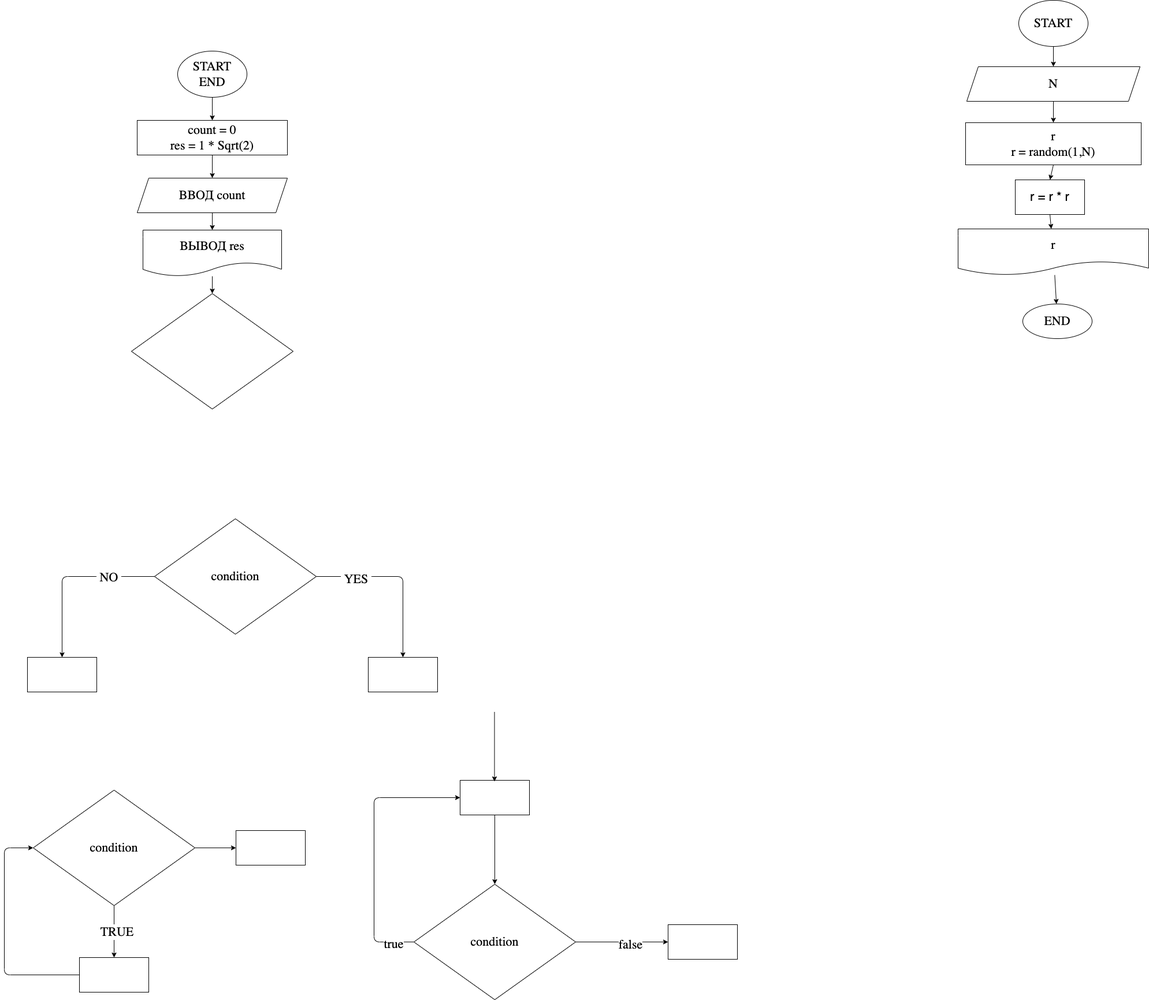
Above: ex000.drawio.png in iksergey/practice_temp (draw.io), before the change. Source tidied: cells renumbered, new cells last; positions are measured from the earlier drawing's top-left corner, leaving out a move shared by most shapes. Source of this version:
```xml
<mxGraphModel>
  <root>
    <mxCell id="0" />
    <mxCell id="1" parent="0" />
    <mxCell id="2" style="edgeStyle=none;html=1;fontFamily=Fira Code;fontSize=22;" parent="1" edge="1" source="3" target="5">
      <mxGeometry relative="1" as="geometry" />
    </mxCell>
    <mxCell id="3" value="START&lt;br&gt;END" style="ellipse;whiteSpace=wrap;html=1;fontFamily=Fira Code;fontSize=22;" parent="1" vertex="1">
      <mxGeometry x="300" y="88" width="120" height="80" as="geometry" />
    </mxCell>
    <mxCell id="4" style="edgeStyle=none;html=1;fontFamily=Fira Code;fontSize=22;" parent="1" edge="1" source="5" target="7">
      <mxGeometry relative="1" as="geometry" />
    </mxCell>
    <mxCell id="5" value="count = 0&lt;br&gt;res = 1 * Sqrt(2)" style="whiteSpace=wrap;html=1;fontSize=22;fontFamily=Fira Code;" parent="1" vertex="1">
      <mxGeometry x="230" y="208" width="260" height="60" as="geometry" />
    </mxCell>
    <mxCell id="6" style="edgeStyle=none;html=1;fontFamily=Fira Code;fontSize=22;" parent="1" edge="1" source="7" target="9">
      <mxGeometry relative="1" as="geometry" />
    </mxCell>
    <mxCell id="7" value="ВВОД count" style="shape=parallelogram;perimeter=parallelogramPerimeter;whiteSpace=wrap;html=1;fixedSize=1;fontSize=22;fontFamily=Fira Code;" parent="1" vertex="1">
      <mxGeometry x="230" y="308" width="260" height="60" as="geometry" />
    </mxCell>
    <mxCell id="8" style="edgeStyle=none;html=1;fontFamily=Fira Code;fontSize=22;" parent="1" edge="1" source="9" target="10">
      <mxGeometry relative="1" as="geometry" />
    </mxCell>
    <mxCell id="9" value="ВЫВОД res" style="shape=document;whiteSpace=wrap;html=1;boundedLbl=1;fontSize=22;fontFamily=Fira Code;" parent="1" vertex="1">
      <mxGeometry x="240" y="398" width="240" height="80" as="geometry" />
    </mxCell>
    <mxCell id="10" style="rhombus;whiteSpace=wrap;html=1;fontSize=22;fontFamily=Fira Code;" parent="1" vertex="1">
      <mxGeometry x="220" y="508" width="280" height="200" as="geometry" />
    </mxCell>
    <mxCell id="11" style="edgeStyle=none;html=1;fontFamily=Fira Code;fontSize=22;" parent="1" edge="1" source="15" target="16">
      <mxGeometry relative="1" as="geometry">
        <Array as="points">
          <mxPoint x="690" y="998" />
        </Array>
      </mxGeometry>
    </mxCell>
    <mxCell id="12" value="&amp;nbsp;YES&amp;nbsp;" style="edgeLabel;html=1;align=center;verticalAlign=middle;fontSize=22;fontFamily=Fira Code;" parent="11" vertex="1">
      <mxGeometry x="-0.53" y="-4" relative="1" as="geometry" />
    </mxCell>
    <mxCell id="13" style="edgeStyle=none;html=1;fontFamily=Fira Code;fontSize=22;" parent="1" edge="1" source="15" target="17">
      <mxGeometry relative="1" as="geometry">
        <Array as="points">
          <mxPoint x="100" y="998" />
        </Array>
      </mxGeometry>
    </mxCell>
    <mxCell id="14" value="&amp;nbsp;NO&amp;nbsp;" style="edgeLabel;html=1;align=center;verticalAlign=middle;fontSize=22;fontFamily=Fira Code;" parent="13" vertex="1">
      <mxGeometry x="-0.47" y="1" relative="1" as="geometry" />
    </mxCell>
    <mxCell id="15" value="condition" style="rhombus;whiteSpace=wrap;html=1;fontSize=22;fontFamily=Fira Code;" parent="1" vertex="1">
      <mxGeometry x="260" y="898" width="280" height="200" as="geometry" />
    </mxCell>
    <mxCell id="16" style="whiteSpace=wrap;html=1;fontSize=22;fontFamily=Fira Code;" parent="1" vertex="1">
      <mxGeometry x="630" y="1138" width="120" height="60" as="geometry" />
    </mxCell>
    <mxCell id="17" style="whiteSpace=wrap;html=1;fontSize=22;fontFamily=Fira Code;" parent="1" vertex="1">
      <mxGeometry x="40" y="1138" width="120" height="60" as="geometry" />
    </mxCell>
    <mxCell id="18" style="edgeStyle=none;html=1;fontFamily=Fira Code;fontSize=22;" parent="1" edge="1" source="21" target="23">
      <mxGeometry relative="1" as="geometry" />
    </mxCell>
    <mxCell id="19" value="&amp;nbsp;TRUE&amp;nbsp;" style="edgeLabel;html=1;align=center;verticalAlign=middle;fontSize=22;fontFamily=Fira Code;" parent="18" vertex="1">
      <mxGeometry y="4" relative="1" as="geometry" />
    </mxCell>
    <mxCell id="20" style="edgeStyle=none;html=1;fontFamily=Fira Code;fontSize=22;" parent="1" edge="1" source="21" target="32">
      <mxGeometry relative="1" as="geometry" />
    </mxCell>
    <mxCell id="21" value="condition" style="rhombus;whiteSpace=wrap;html=1;fontSize=22;fontFamily=Fira Code;" parent="1" vertex="1">
      <mxGeometry x="50" y="1368" width="280" height="200" as="geometry" />
    </mxCell>
    <mxCell id="22" style="edgeStyle=none;html=1;entryX=0;entryY=0.5;entryDx=0;entryDy=0;fontFamily=Fira Code;fontSize=22;" parent="1" edge="1" source="23" target="21">
      <mxGeometry relative="1" as="geometry">
        <Array as="points">
          <mxPoint y="1688" />
          <mxPoint y="1468" />
        </Array>
      </mxGeometry>
    </mxCell>
    <mxCell id="23" style="whiteSpace=wrap;html=1;fontSize=22;fontFamily=Fira Code;" parent="1" vertex="1">
      <mxGeometry x="130" y="1658" width="120" height="60" as="geometry" />
    </mxCell>
    <mxCell id="24" style="edgeStyle=none;html=1;entryX=0;entryY=0.5;entryDx=0;entryDy=0;fontFamily=Fira Code;fontSize=22;" parent="1" edge="1" source="28" target="30">
      <mxGeometry relative="1" as="geometry">
        <Array as="points">
          <mxPoint x="640" y="1631" />
          <mxPoint x="640" y="1381" />
        </Array>
      </mxGeometry>
    </mxCell>
    <mxCell id="25" value="true" style="edgeLabel;html=1;align=center;verticalAlign=middle;fontSize=22;fontFamily=Fira Code;" parent="24" vertex="1">
      <mxGeometry x="-0.85" y="3" relative="1" as="geometry" />
    </mxCell>
    <mxCell id="26" style="edgeStyle=none;html=1;fontFamily=Fira Code;fontSize=22;" parent="1" edge="1" source="28" target="33">
      <mxGeometry relative="1" as="geometry" />
    </mxCell>
    <mxCell id="27" value="false" style="edgeLabel;html=1;align=center;verticalAlign=middle;fontSize=22;fontFamily=Fira Code;" parent="26" vertex="1">
      <mxGeometry x="0.17" y="-4" relative="1" as="geometry" />
    </mxCell>
    <mxCell id="28" value="condition" style="rhombus;whiteSpace=wrap;html=1;fontSize=22;fontFamily=Fira Code;" parent="1" vertex="1">
      <mxGeometry x="709" y="1531" width="280" height="200" as="geometry" />
    </mxCell>
    <mxCell id="29" style="edgeStyle=none;html=1;entryX=0.5;entryY=0;entryDx=0;entryDy=0;fontFamily=Fira Code;fontSize=22;" parent="1" edge="1" source="30" target="28">
      <mxGeometry relative="1" as="geometry" />
    </mxCell>
    <mxCell id="30" style="whiteSpace=wrap;html=1;fontSize=22;fontFamily=Fira Code;" parent="1" vertex="1">
      <mxGeometry x="789" y="1351" width="120" height="60" as="geometry" />
    </mxCell>
    <mxCell id="31" style="edgeStyle=none;html=1;entryX=0.5;entryY=0;entryDx=0;entryDy=0;fontFamily=Fira Code;fontSize=22;" parent="1" edge="1">
      <mxGeometry relative="1" as="geometry">
        <mxPoint x="848.5" y="1233" as="sourcePoint" />
        <mxPoint x="848.5" y="1353" as="targetPoint" />
      </mxGeometry>
    </mxCell>
    <mxCell id="32" style="whiteSpace=wrap;html=1;fontSize=22;fontFamily=Fira Code;" parent="1" vertex="1">
      <mxGeometry x="401" y="1438" width="120" height="60" as="geometry" />
    </mxCell>
    <mxCell id="33" style="whiteSpace=wrap;html=1;fontSize=22;fontFamily=Fira Code;" parent="1" vertex="1">
      <mxGeometry x="1149" y="1601" width="120" height="60" as="geometry" />
    </mxCell>
    <mxCell id="34" style="edgeStyle=none;html=1;fontFamily=Fira Code;fontSize=22;" parent="1" edge="1" source="35" target="37">
      <mxGeometry relative="1" as="geometry" />
    </mxCell>
    <mxCell id="35" value="START" style="ellipse;whiteSpace=wrap;html=1;fontFamily=Fira Code;fontSize=22;" parent="1" vertex="1">
      <mxGeometry x="1756" width="120" height="80" as="geometry" />
    </mxCell>
    <mxCell id="36" style="edgeStyle=none;html=1;fontFamily=Fira Code;fontSize=22;" parent="1" edge="1" source="37" target="39">
      <mxGeometry relative="1" as="geometry" />
    </mxCell>
    <mxCell id="37" value="N" style="shape=parallelogram;perimeter=parallelogramPerimeter;whiteSpace=wrap;html=1;fixedSize=1;fontSize=22;fontFamily=Fira Code;" parent="1" vertex="1">
      <mxGeometry x="1666" y="115" width="300" height="60" as="geometry" />
    </mxCell>
    <mxCell id="38" style="edgeStyle=none;html=1;exitX=0.5;exitY=1;exitDx=0;exitDy=0;entryX=0.5;entryY=0;entryDx=0;entryDy=0;fontSize=22;" parent="1" edge="1" source="39" target="44">
      <mxGeometry relative="1" as="geometry" />
    </mxCell>
    <mxCell id="39" value="r&lt;br&gt;r = random(1,N)" style="whiteSpace=wrap;html=1;fontSize=22;fontFamily=Fira Code;" parent="1" vertex="1">
      <mxGeometry x="1664" y="212" width="304" height="73" as="geometry" />
    </mxCell>
    <mxCell id="40" style="edgeStyle=none;html=1;fontFamily=Fira Code;fontSize=22;" parent="1" edge="1" source="41" target="42">
      <mxGeometry relative="1" as="geometry" />
    </mxCell>
    <mxCell id="41" value="r" style="shape=document;whiteSpace=wrap;html=1;boundedLbl=1;fontSize=22;fontFamily=Fira Code;" parent="1" vertex="1">
      <mxGeometry x="1651" y="396" width="330" height="80" as="geometry" />
    </mxCell>
    <mxCell id="42" value="END" style="ellipse;whiteSpace=wrap;html=1;fontSize=22;fontFamily=Fira Code;" parent="1" vertex="1">
      <mxGeometry x="1763" y="526" width="120" height="60" as="geometry" />
    </mxCell>
    <mxCell id="43" style="edgeStyle=none;html=1;exitX=0.5;exitY=1;exitDx=0;exitDy=0;fontSize=22;" parent="1" edge="1" source="44" target="41">
      <mxGeometry relative="1" as="geometry" />
    </mxCell>
    <mxCell id="44" value="&lt;font style=&quot;font-size: 22px&quot;&gt;r = r * r&lt;/font&gt;" style="rounded=0;whiteSpace=wrap;html=1;" parent="1" vertex="1">
      <mxGeometry x="1750" y="311" width="120" height="60" as="geometry" />
    </mxCell>
  </root>
</mxGraphModel>
```
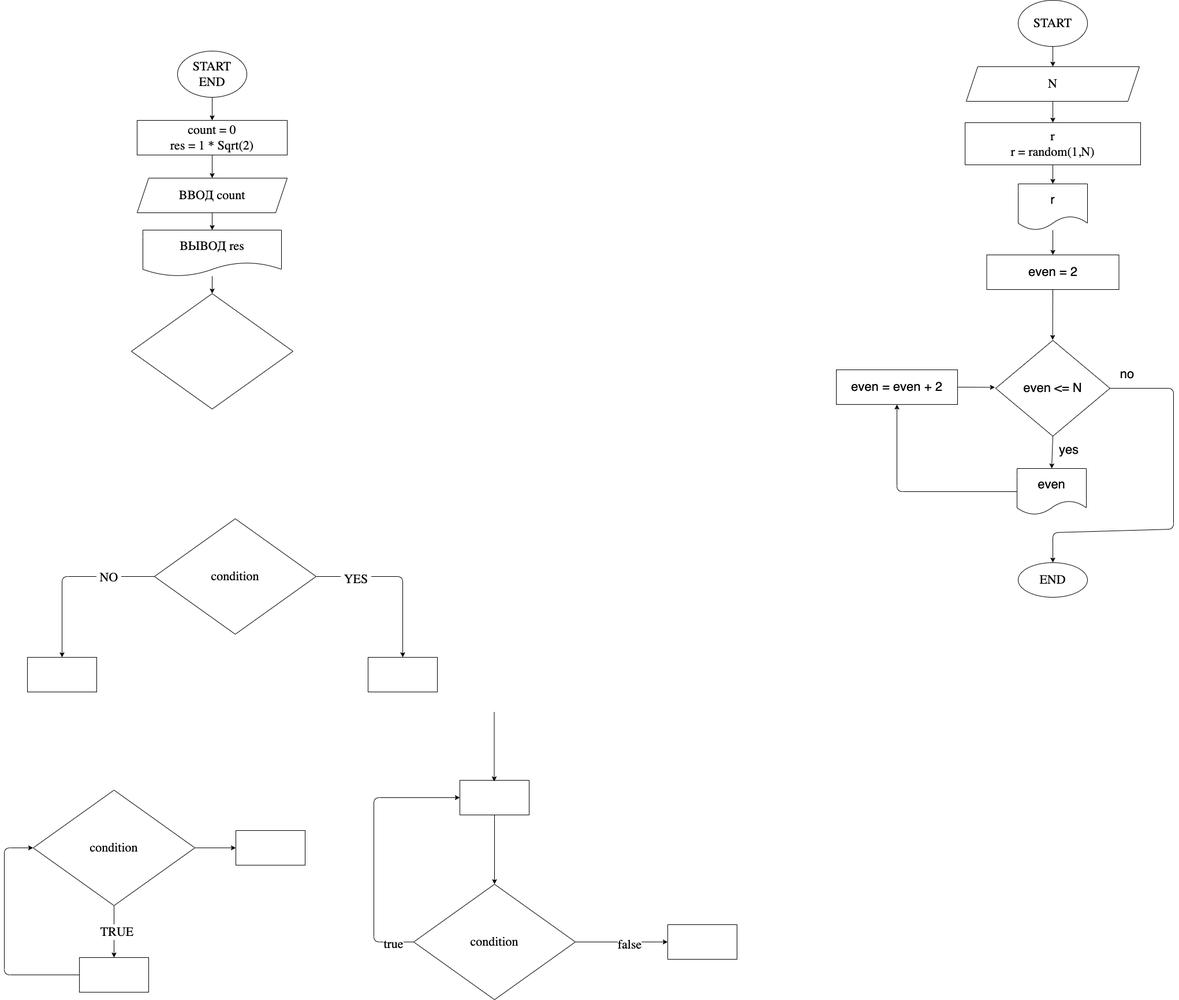
After the commit.

Commit message:
Added my decision for even numbers

The edit, as a diff of the source:
```diff
@@ -131,26 +131,67 @@
     <mxCell id="37" value="N" style="shape=parallelogram;perimeter=parallelogramPerimeter;whiteSpace=wrap;html=1;fixedSize=1;fontSize=22;fontFamily=Fira Code;" parent="1" vertex="1">
       <mxGeometry x="1666" y="115" width="300" height="60" as="geometry" />
     </mxCell>
-    <mxCell id="38" style="edgeStyle=none;html=1;exitX=0.5;exitY=1;exitDx=0;exitDy=0;entryX=0.5;entryY=0;entryDx=0;entryDy=0;fontSize=22;" parent="1" edge="1" source="39" target="44">
-      <mxGeometry relative="1" as="geometry" />
-    </mxCell>
+    <mxCell id="45" style="edgeStyle=none;html=1;exitX=0.5;exitY=1;exitDx=0;exitDy=0;entryX=0.5;entryY=0;entryDx=0;entryDy=0;fontSize=22;" parent="1" edge="1" source="39" target="41">
+      <mxGeometry relative="1" as="geometry" />
+    </mxCell>
     <mxCell id="39" value="r&lt;br&gt;r = random(1,N)" style="whiteSpace=wrap;html=1;fontSize=22;fontFamily=Fira Code;" parent="1" vertex="1">
       <mxGeometry x="1664" y="212" width="304" height="73" as="geometry" />
     </mxCell>
-    <mxCell id="40" style="edgeStyle=none;html=1;fontFamily=Fira Code;fontSize=22;" parent="1" edge="1" source="41" target="42">
-      <mxGeometry relative="1" as="geometry" />
-    </mxCell>
+    <mxCell id="42" value="END" style="ellipse;whiteSpace=wrap;html=1;fontSize=22;fontFamily=Fira Code;" parent="1" vertex="1">
+      <mxGeometry x="1756" y="974" width="120" height="60" as="geometry" />
+    </mxCell>
+    <mxCell id="46" style="edgeStyle=none;html=1;entryX=0.5;entryY=0;entryDx=0;entryDy=0;fontSize=22;" parent="1" edge="1" source="41" target="48">
+      <mxGeometry relative="1" as="geometry" />
+    </mxCell>
-    <mxCell id="41" value="r" style="shape=document;whiteSpace=wrap;html=1;boundedLbl=1;fontSize=22;fontFamily=Fira Code;" parent="1" vertex="1">
-      <mxGeometry x="1651" y="396" width="330" height="80" as="geometry" />
+    <mxCell id="41" value="r" style="shape=document;whiteSpace=wrap;html=1;boundedLbl=1;fontSize=22;" parent="1" vertex="1">
+      <mxGeometry x="1756" y="318" width="120" height="80" as="geometry" />
     </mxCell>
-    <mxCell id="42" value="END" style="ellipse;whiteSpace=wrap;html=1;fontSize=22;fontFamily=Fira Code;" parent="1" vertex="1">
-      <mxGeometry x="1763" y="526" width="120" height="60" as="geometry" />
-    </mxCell>
-    <mxCell id="43" style="edgeStyle=none;html=1;exitX=0.5;exitY=1;exitDx=0;exitDy=0;fontSize=22;" parent="1" edge="1" source="44" target="41">
-      <mxGeometry relative="1" as="geometry" />
-    </mxCell>
-    <mxCell id="44" value="&lt;font style=&quot;font-size: 22px&quot;&gt;r = r * r&lt;/font&gt;" style="rounded=0;whiteSpace=wrap;html=1;" parent="1" vertex="1">
-      <mxGeometry x="1750" y="311" width="120" height="60" as="geometry" />
-    </mxCell>
+    <mxCell id="47" style="edgeStyle=none;html=1;exitX=0.5;exitY=1;exitDx=0;exitDy=0;fontSize=22;" parent="1" edge="1" source="48">
+      <mxGeometry relative="1" as="geometry">
+        <mxPoint x="1815.7" y="588.3" as="targetPoint" />
+      </mxGeometry>
+    </mxCell>
+    <mxCell id="48" value="even = 2" style="rounded=0;whiteSpace=wrap;html=1;fontSize=22;" parent="1" vertex="1">
+      <mxGeometry x="1701.5" y="441" width="229" height="60" as="geometry" />
+    </mxCell>
+    <mxCell id="49" style="edgeStyle=none;html=1;exitX=0.5;exitY=1;exitDx=0;exitDy=0;entryX=0.5;entryY=0;entryDx=0;entryDy=0;fontSize=22;" parent="1" edge="1" source="51" target="53">
+      <mxGeometry relative="1" as="geometry" />
+    </mxCell>
+    <mxCell id="50" style="edgeStyle=none;html=1;exitX=1;exitY=0.5;exitDx=0;exitDy=0;entryX=0.5;entryY=0;entryDx=0;entryDy=0;fontSize=22;" parent="1" edge="1" source="51" target="42">
+      <mxGeometry relative="1" as="geometry">
+        <Array as="points">
+          <mxPoint x="2025" y="672" />
+          <mxPoint x="2025" y="916" />
+          <mxPoint x="1816" y="922" />
+        </Array>
+      </mxGeometry>
+    </mxCell>
+    <mxCell id="51" value="even &amp;lt;= N" style="rhombus;whiteSpace=wrap;html=1;fontSize=22;" parent="1" vertex="1">
+      <mxGeometry x="1717" y="589" width="198" height="166" as="geometry" />
+    </mxCell>
+    <mxCell id="52" style="edgeStyle=none;html=1;exitX=0;exitY=0.5;exitDx=0;exitDy=0;entryX=0.5;entryY=1;entryDx=0;entryDy=0;fontSize=22;" parent="1" edge="1" source="53" target="55">
+      <mxGeometry relative="1" as="geometry">
+        <Array as="points">
+          <mxPoint x="1546" y="851" />
+        </Array>
+      </mxGeometry>
+    </mxCell>
+    <mxCell id="53" value="even" style="shape=document;whiteSpace=wrap;html=1;boundedLbl=1;fontSize=22;" parent="1" vertex="1">
+      <mxGeometry x="1754" y="811" width="120" height="80" as="geometry" />
+    </mxCell>
+    <mxCell id="54" style="edgeStyle=none;html=1;exitX=1;exitY=0.5;exitDx=0;exitDy=0;fontSize=22;" parent="1" edge="1" source="55">
+      <mxGeometry relative="1" as="geometry">
+        <mxPoint x="1715.7" y="670.3" as="targetPoint" />
+      </mxGeometry>
+    </mxCell>
+    <mxCell id="55" value="even = even + 2" style="rounded=0;whiteSpace=wrap;html=1;fontSize=22;" parent="1" vertex="1">
+      <mxGeometry x="1441" y="640" width="210" height="60" as="geometry" />
+    </mxCell>
+    <mxCell id="56" value="yes" style="text;html=1;strokeColor=none;fillColor=none;align=center;verticalAlign=middle;whiteSpace=wrap;rounded=0;fontSize=22;" parent="1" vertex="1">
+      <mxGeometry x="1814" y="764" width="60" height="30" as="geometry" />
+    </mxCell>
+    <mxCell id="57" value="no" style="text;html=1;strokeColor=none;fillColor=none;align=center;verticalAlign=middle;whiteSpace=wrap;rounded=0;fontSize=22;" parent="1" vertex="1">
+      <mxGeometry x="1915" y="633" width="60" height="30" as="geometry" />
+    </mxCell>
   </root>
 </mxGraphModel>
```
